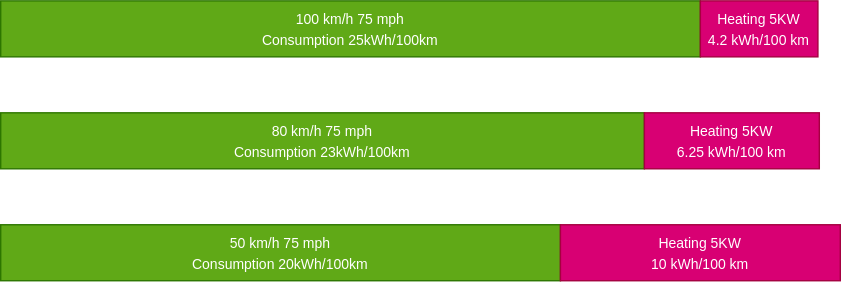
Above: content/guides/understandingrange/winterconsumption.drawio.svg in electrichasgoneaudi/electrichasgoneaudi.github.io (draw.io), before the change. Source tidied: cells renumbered, new cells last; positions are measured from the earlier drawing's top-left corner, leaving out a move shared by most shapes.
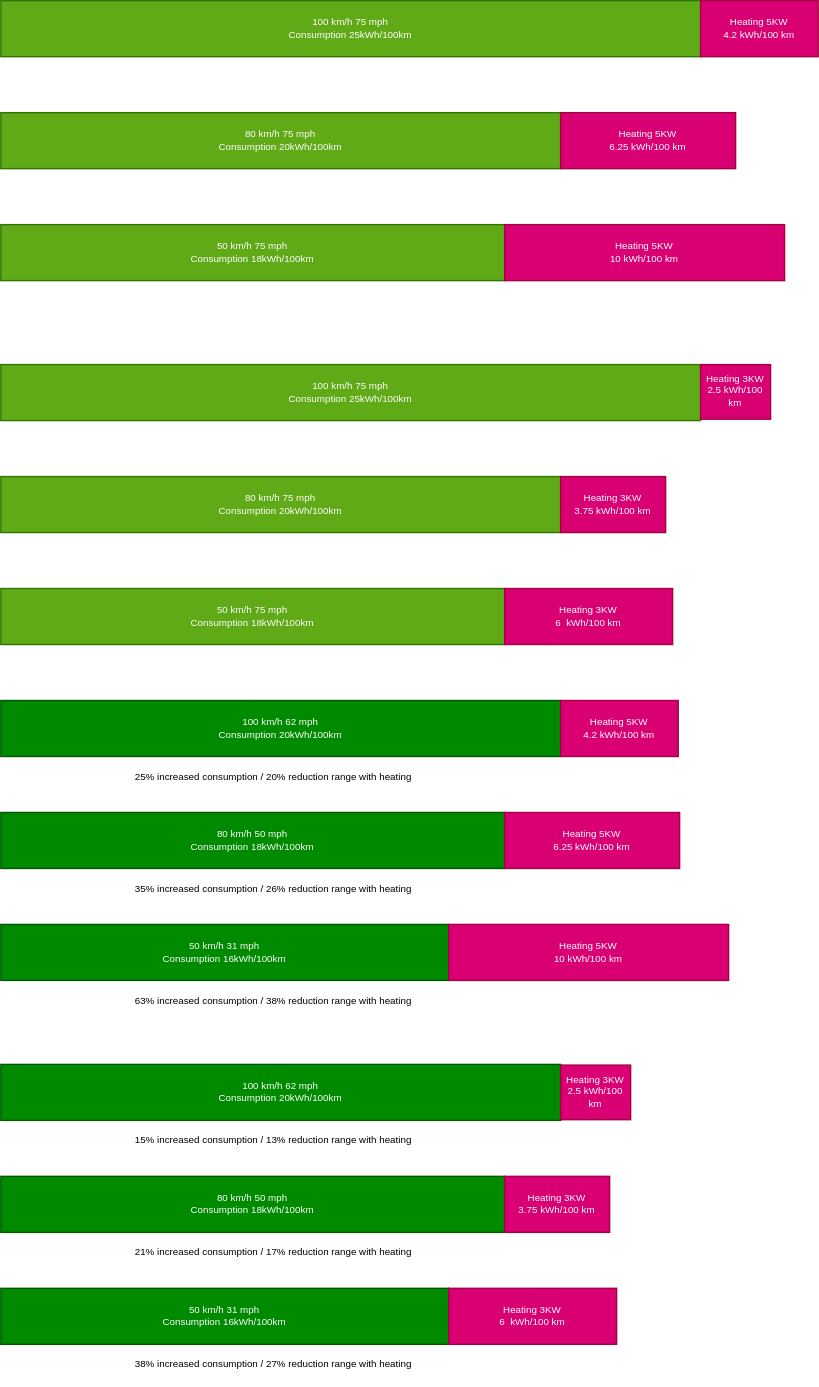
After the commit.

Commit message:
drawoi cpns

The edit, as a diff of the source:
```diff
@@ -2,23 +2,95 @@
   <root>
     <mxCell id="0" />
     <mxCell id="1" parent="0" />
-    <mxCell id="2" value="&lt;font style=&quot;font-size: 10px&quot;&gt;100 km/h 75 mph &lt;br&gt;Consumption 25kWh/100km&lt;/font&gt;" style="rounded=0;whiteSpace=wrap;html=1;fillColor=#60a917;fontColor=#ffffff;strokeColor=#2D7600;" parent="1" vertex="1">
+    <mxCell id="2" value="&lt;font style=&quot;font-size: 7px;&quot;&gt;100 km/h 75 mph &lt;br style=&quot;font-size: 7px;&quot;&gt;Consumption 25kWh/100km&lt;/font&gt;" style="rounded=0;whiteSpace=wrap;html=1;fillColor=#60a917;fontColor=#ffffff;strokeColor=#2D7600;fontSize=7;" parent="1" vertex="1">
       <mxGeometry width="500" height="40" as="geometry" />
     </mxCell>
-    <mxCell id="3" value="&lt;font style=&quot;font-size: 10px&quot;&gt;Heating 5KW&lt;br&gt;4.2 kWh/100 km&lt;/font&gt;" style="rounded=0;whiteSpace=wrap;html=1;fillColor=#d80073;fontColor=#ffffff;strokeColor=#A50040;" parent="1" vertex="1">
+    <mxCell id="3" value="&lt;font style=&quot;font-size: 7px;&quot;&gt;Heating 5KW&lt;br style=&quot;font-size: 7px;&quot;&gt;4.2 kWh/100 km&lt;/font&gt;" style="rounded=0;whiteSpace=wrap;html=1;fillColor=#d80073;fontColor=#ffffff;strokeColor=#A50040;fontSize=7;" parent="1" vertex="1">
       <mxGeometry x="500" width="84" height="40" as="geometry" />
     </mxCell>
-    <mxCell id="4" value="&lt;font style=&quot;font-size: 10px&quot;&gt;80 km/h 75 mph &lt;br&gt;Consumption 23kWh/100km&lt;/font&gt;" style="rounded=0;whiteSpace=wrap;html=1;fillColor=#60a917;fontColor=#ffffff;strokeColor=#2D7600;" parent="1" vertex="1">
-      <mxGeometry y="80" width="460" height="40" as="geometry" />
+    <mxCell id="4" value="&lt;font style=&quot;font-size: 7px;&quot;&gt;80 km/h 75 mph &lt;br style=&quot;font-size: 7px;&quot;&gt;Consumption 20kWh/100km&lt;/font&gt;" style="rounded=0;whiteSpace=wrap;html=1;fillColor=#60a917;fontColor=#ffffff;strokeColor=#2D7600;fontSize=7;" parent="1" vertex="1">
+      <mxGeometry y="80" width="400" height="40" as="geometry" />
     </mxCell>
-    <mxCell id="5" value="&lt;font style=&quot;font-size: 10px&quot;&gt;Heating 5KW&lt;br&gt;6.25 kWh/100 km&lt;/font&gt;" style="rounded=0;whiteSpace=wrap;html=1;fillColor=#d80073;fontColor=#ffffff;strokeColor=#A50040;" parent="1" vertex="1">
-      <mxGeometry x="460" y="80" width="125" height="40" as="geometry" />
+    <mxCell id="5" value="&lt;font style=&quot;font-size: 7px;&quot;&gt;Heating 5KW&lt;br style=&quot;font-size: 7px;&quot;&gt;6.25 kWh/100 km&lt;/font&gt;" style="rounded=0;whiteSpace=wrap;html=1;fillColor=#d80073;fontColor=#ffffff;strokeColor=#A50040;fontSize=7;" parent="1" vertex="1">
+      <mxGeometry x="400" y="80" width="125" height="40" as="geometry" />
     </mxCell>
-    <mxCell id="6" value="&lt;font style=&quot;font-size: 10px&quot;&gt;50 km/h 75 mph &lt;br&gt;Consumption 20kWh/100km&lt;/font&gt;" style="rounded=0;whiteSpace=wrap;html=1;fillColor=#60a917;fontColor=#ffffff;strokeColor=#2D7600;" parent="1" vertex="1">
-      <mxGeometry y="160" width="400" height="40" as="geometry" />
+    <mxCell id="6" value="&lt;font style=&quot;font-size: 7px;&quot;&gt;50 km/h 75 mph &lt;br style=&quot;font-size: 7px;&quot;&gt;Consumption 18kWh/100km&lt;/font&gt;" style="rounded=0;whiteSpace=wrap;html=1;fillColor=#60a917;fontColor=#ffffff;strokeColor=#2D7600;fontSize=7;" parent="1" vertex="1">
+      <mxGeometry y="160" width="360" height="40" as="geometry" />
     </mxCell>
-    <mxCell id="7" value="&lt;span style=&quot;font-size: 10px&quot;&gt;Heating 5KW&lt;/span&gt;&lt;br style=&quot;font-size: 10px&quot;&gt;&lt;span style=&quot;font-size: 10px&quot;&gt;10 kWh/100 km&lt;/span&gt;" style="rounded=0;whiteSpace=wrap;html=1;fillColor=#d80073;fontColor=#ffffff;strokeColor=#A50040;" parent="1" vertex="1">
-      <mxGeometry x="400" y="160" width="200" height="40" as="geometry" />
+    <mxCell id="7" value="&lt;span style=&quot;font-size: 7px;&quot;&gt;Heating 5KW&lt;/span&gt;&lt;br style=&quot;font-size: 7px;&quot;&gt;&lt;span style=&quot;font-size: 7px;&quot;&gt;10 kWh/100 km&lt;/span&gt;" style="rounded=0;whiteSpace=wrap;html=1;fillColor=#d80073;fontColor=#ffffff;strokeColor=#A50040;fontSize=7;" parent="1" vertex="1">
+      <mxGeometry x="360" y="160" width="200" height="40" as="geometry" />
     </mxCell>
+    <mxCell id="8" value="&lt;font style=&quot;font-size: 7px;&quot;&gt;100 km/h 75 mph &lt;br style=&quot;font-size: 7px;&quot;&gt;Consumption 25kWh/100km&lt;/font&gt;" style="rounded=0;whiteSpace=wrap;html=1;fillColor=#60a917;fontColor=#ffffff;strokeColor=#2D7600;fontSize=7;" parent="1" vertex="1">
+      <mxGeometry y="260" width="500" height="40" as="geometry" />
+    </mxCell>
+    <mxCell id="9" value="&lt;font style=&quot;font-size: 7px;&quot;&gt;Heating 3KW&lt;br style=&quot;font-size: 7px;&quot;&gt;2.5 kWh/100 km&lt;/font&gt;" style="rounded=0;whiteSpace=wrap;html=1;fillColor=#d80073;fontColor=#ffffff;strokeColor=#A50040;fontSize=7;" parent="1" vertex="1">
+      <mxGeometry x="500" y="260" width="50" height="39" as="geometry" />
+    </mxCell>
+    <mxCell id="10" value="&lt;font style=&quot;font-size: 7px;&quot;&gt;80 km/h 75 mph &lt;br style=&quot;font-size: 7px;&quot;&gt;Consumption 20kWh/100km&lt;/font&gt;" style="rounded=0;whiteSpace=wrap;html=1;fillColor=#60a917;fontColor=#ffffff;strokeColor=#2D7600;fontSize=7;" parent="1" vertex="1">
+      <mxGeometry y="340" width="400" height="40" as="geometry" />
+    </mxCell>
+    <mxCell id="11" value="&lt;font style=&quot;font-size: 7px&quot;&gt;Heating 3KW&lt;br style=&quot;font-size: 7px&quot;&gt;3.75 kWh/100 km&lt;/font&gt;" style="rounded=0;whiteSpace=wrap;html=1;fillColor=#d80073;fontColor=#ffffff;strokeColor=#A50040;fontSize=7;" parent="1" vertex="1">
+      <mxGeometry x="400" y="340" width="75" height="40" as="geometry" />
+    </mxCell>
+    <mxCell id="12" value="&lt;font style=&quot;font-size: 7px;&quot;&gt;50 km/h 75 mph &lt;br style=&quot;font-size: 7px;&quot;&gt;Consumption 18kWh/100km&lt;/font&gt;" style="rounded=0;whiteSpace=wrap;html=1;fillColor=#60a917;fontColor=#ffffff;strokeColor=#2D7600;fontSize=7;" parent="1" vertex="1">
+      <mxGeometry y="420" width="360" height="40" as="geometry" />
+    </mxCell>
+    <mxCell id="13" value="&lt;span style=&quot;font-size: 7px&quot;&gt;Heating 3KW&lt;/span&gt;&lt;br style=&quot;font-size: 7px&quot;&gt;&lt;span style=&quot;font-size: 7px&quot;&gt;6&amp;nbsp; kWh/100 km&lt;/span&gt;" style="rounded=0;whiteSpace=wrap;html=1;fillColor=#d80073;fontColor=#ffffff;strokeColor=#A50040;fontSize=7;" parent="1" vertex="1">
+      <mxGeometry x="360" y="420" width="120" height="40" as="geometry" />
+    </mxCell>
+    <mxCell id="14" value="&lt;font style=&quot;font-size: 7px&quot;&gt;100 km/h 62 mph &lt;br style=&quot;font-size: 7px&quot;&gt;Consumption 20kWh/100km&lt;/font&gt;" style="rounded=0;whiteSpace=wrap;html=1;fillColor=#008a00;fontColor=#ffffff;strokeColor=#005700;fontSize=7;" parent="1" vertex="1">
+      <mxGeometry y="500" width="400" height="40" as="geometry" />
+    </mxCell>
+    <mxCell id="15" value="&lt;font style=&quot;font-size: 7px;&quot;&gt;Heating 5KW&lt;br style=&quot;font-size: 7px;&quot;&gt;4.2 kWh/100 km&lt;/font&gt;" style="rounded=0;whiteSpace=wrap;html=1;fillColor=#d80073;fontColor=#ffffff;strokeColor=#A50040;fontSize=7;" parent="1" vertex="1">
+      <mxGeometry x="400" y="500" width="84" height="40" as="geometry" />
+    </mxCell>
+    <mxCell id="16" value="&lt;font style=&quot;font-size: 7px&quot;&gt;80 km/h 50 mph &lt;br style=&quot;font-size: 7px&quot;&gt;Consumption 18kWh/100km&lt;/font&gt;" style="rounded=0;whiteSpace=wrap;html=1;fillColor=#008a00;fontColor=#ffffff;strokeColor=#005700;fontSize=7;" parent="1" vertex="1">
+      <mxGeometry y="580" width="360" height="40" as="geometry" />
+    </mxCell>
+    <mxCell id="17" value="&lt;font style=&quot;font-size: 7px;&quot;&gt;Heating 5KW&lt;br style=&quot;font-size: 7px;&quot;&gt;6.25 kWh/100 km&lt;/font&gt;" style="rounded=0;whiteSpace=wrap;html=1;fillColor=#d80073;fontColor=#ffffff;strokeColor=#A50040;fontSize=7;" parent="1" vertex="1">
+      <mxGeometry x="360" y="580" width="125" height="40" as="geometry" />
+    </mxCell>
+    <mxCell id="18" value="&lt;font style=&quot;font-size: 7px&quot;&gt;50 km/h 31 mph &lt;br style=&quot;font-size: 7px&quot;&gt;Consumption 16kWh/100km&lt;/font&gt;" style="rounded=0;whiteSpace=wrap;html=1;fillColor=#008a00;fontColor=#ffffff;strokeColor=#005700;fontSize=7;" parent="1" vertex="1">
+      <mxGeometry y="660" width="320" height="40" as="geometry" />
+    </mxCell>
+    <mxCell id="19" value="&lt;span style=&quot;font-size: 7px;&quot;&gt;Heating 5KW&lt;/span&gt;&lt;br style=&quot;font-size: 7px;&quot;&gt;&lt;span style=&quot;font-size: 7px;&quot;&gt;10 kWh/100 km&lt;/span&gt;" style="rounded=0;whiteSpace=wrap;html=1;fillColor=#d80073;fontColor=#ffffff;strokeColor=#A50040;fontSize=7;" parent="1" vertex="1">
+      <mxGeometry x="320" y="660" width="200" height="40" as="geometry" />
+    </mxCell>
+    <mxCell id="20" value="&lt;font style=&quot;font-size: 7px&quot;&gt;100 km/h 62 mph &lt;br style=&quot;font-size: 7px&quot;&gt;Consumption 20kWh/100km&lt;/font&gt;" style="rounded=0;whiteSpace=wrap;html=1;fillColor=#008a00;fontColor=#ffffff;strokeColor=#005700;fontSize=7;" parent="1" vertex="1">
+      <mxGeometry y="760" width="400" height="40" as="geometry" />
+    </mxCell>
+    <mxCell id="21" value="&lt;font style=&quot;font-size: 7px;&quot;&gt;Heating 3KW&lt;br style=&quot;font-size: 7px;&quot;&gt;2.5 kWh/100 km&lt;/font&gt;" style="rounded=0;whiteSpace=wrap;html=1;fillColor=#d80073;fontColor=#ffffff;strokeColor=#A50040;fontSize=7;" parent="1" vertex="1">
+      <mxGeometry x="400" y="760.5" width="50" height="39" as="geometry" />
+    </mxCell>
+    <mxCell id="22" value="&lt;font style=&quot;font-size: 7px&quot;&gt;80 km/h 50 mph &lt;br style=&quot;font-size: 7px&quot;&gt;Consumption 18kWh/100km&lt;/font&gt;" style="rounded=0;whiteSpace=wrap;html=1;fillColor=#008a00;fontColor=#ffffff;strokeColor=#005700;fontSize=7;" parent="1" vertex="1">
+      <mxGeometry y="840" width="360" height="40" as="geometry" />
+    </mxCell>
+    <mxCell id="23" value="&lt;font style=&quot;font-size: 7px&quot;&gt;Heating 3KW&lt;br style=&quot;font-size: 7px&quot;&gt;3.75 kWh/100 km&lt;/font&gt;" style="rounded=0;whiteSpace=wrap;html=1;fillColor=#d80073;fontColor=#ffffff;strokeColor=#A50040;fontSize=7;" parent="1" vertex="1">
+      <mxGeometry x="360" y="840" width="75" height="40" as="geometry" />
+    </mxCell>
+    <mxCell id="24" value="&lt;font style=&quot;font-size: 7px&quot;&gt;50 km/h 31 mph &lt;br style=&quot;font-size: 7px&quot;&gt;Consumption 16kWh/100km&lt;/font&gt;" style="rounded=0;whiteSpace=wrap;html=1;fillColor=#008a00;fontColor=#ffffff;strokeColor=#005700;fontSize=7;" parent="1" vertex="1">
+      <mxGeometry y="920" width="320" height="40" as="geometry" />
+    </mxCell>
+    <mxCell id="25" value="&lt;span style=&quot;font-size: 7px&quot;&gt;Heating 3KW&lt;/span&gt;&lt;br style=&quot;font-size: 7px&quot;&gt;&lt;span style=&quot;font-size: 7px&quot;&gt;6&amp;nbsp; kWh/100 km&lt;/span&gt;" style="rounded=0;whiteSpace=wrap;html=1;fillColor=#d80073;fontColor=#ffffff;strokeColor=#A50040;fontSize=7;" parent="1" vertex="1">
+      <mxGeometry x="320" y="920" width="120" height="40" as="geometry" />
+    </mxCell>
+    <mxCell id="26" value="25% increased consumption / 20% reduction range with heating" style="text;html=1;strokeColor=none;fillColor=none;align=center;verticalAlign=middle;whiteSpace=wrap;rounded=0;fontSize=7;" parent="1" vertex="1">
+      <mxGeometry x="80" y="540" width="230" height="30" as="geometry" />
+    </mxCell>
+    <mxCell id="27" value="35% increased consumption / 26% reduction range with heating" style="text;html=1;strokeColor=none;fillColor=none;align=center;verticalAlign=middle;whiteSpace=wrap;rounded=0;fontSize=7;" parent="1" vertex="1">
+      <mxGeometry x="80" y="620" width="230" height="30" as="geometry" />
+    </mxCell>
+    <mxCell id="28" value="63% increased consumption / 38% reduction range with heating" style="text;html=1;strokeColor=none;fillColor=none;align=center;verticalAlign=middle;whiteSpace=wrap;rounded=0;fontSize=7;" parent="1" vertex="1">
+      <mxGeometry x="80" y="700" width="230" height="30" as="geometry" />
+    </mxCell>
+    <mxCell id="29" value="15% increased consumption / 13% reduction range with heating" style="text;html=1;strokeColor=none;fillColor=none;align=center;verticalAlign=middle;whiteSpace=wrap;rounded=0;fontSize=7;" parent="1" vertex="1">
+      <mxGeometry x="80" y="800" width="230" height="30" as="geometry" />
+    </mxCell>
+    <mxCell id="30" value="21% increased consumption / 17% reduction range with heating" style="text;html=1;strokeColor=none;fillColor=none;align=center;verticalAlign=middle;whiteSpace=wrap;rounded=0;fontSize=7;" parent="1" vertex="1">
+      <mxGeometry x="80" y="880" width="230" height="30" as="geometry" />
+    </mxCell>
+    <mxCell id="31" value="38% increased consumption / 27% reduction range with heating" style="text;html=1;strokeColor=none;fillColor=none;align=center;verticalAlign=middle;whiteSpace=wrap;rounded=0;fontSize=7;" parent="1" vertex="1">
+      <mxGeometry x="80" y="960" width="230" height="30" as="geometry" />
+    </mxCell>
   </root>
 </mxGraphModel>
```
